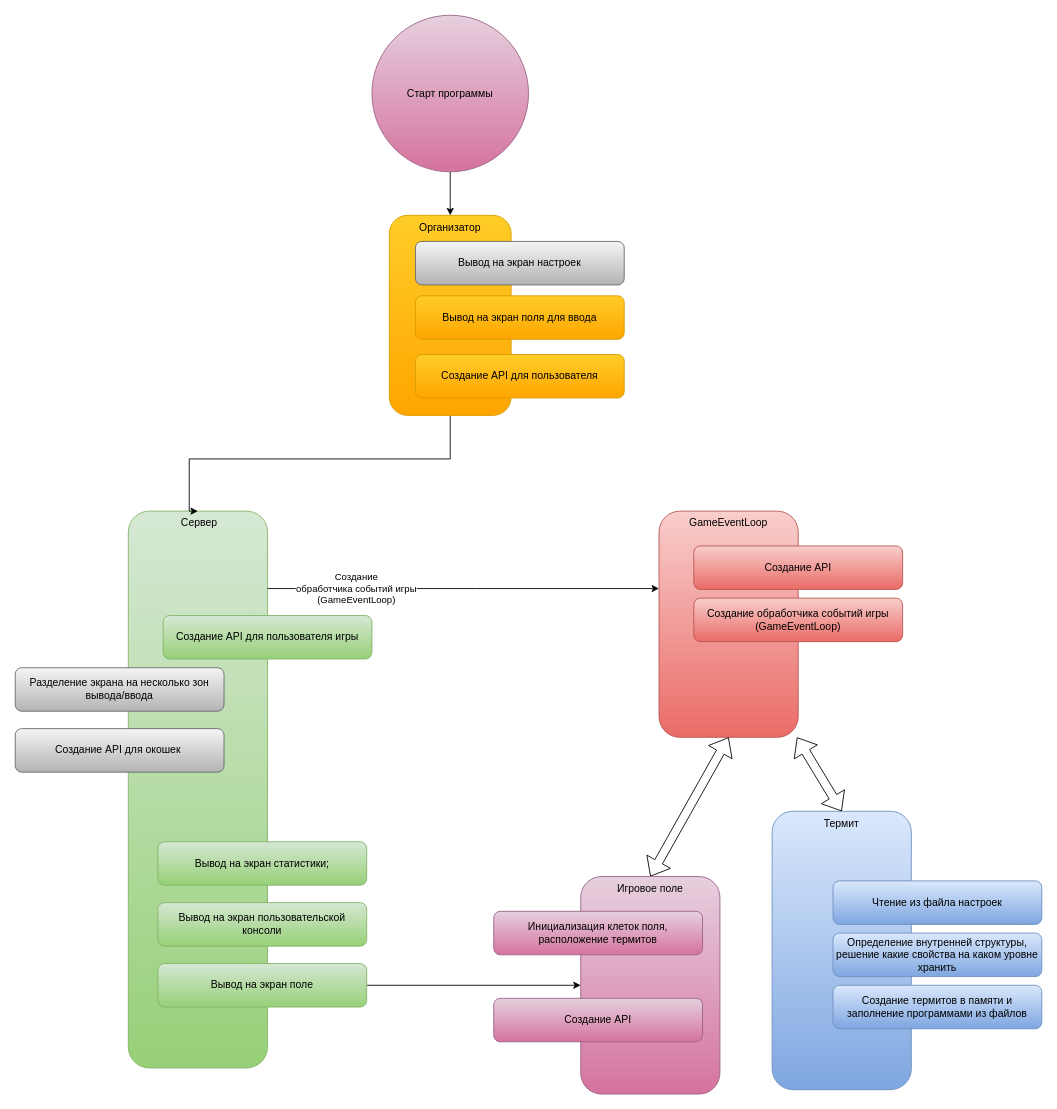
This is docs/termit.drawio from Endi-mp3/Lessons, a draw.io file, before an edit. Source tidied: cells renumbered, new cells numbered last; positions are measured from the earlier drawing's top-left corner, leaving out a move shared by most shapes. Both pictures are drawn from the tidied source at 87%, with x=0, y=0 at pixel (15, 15).
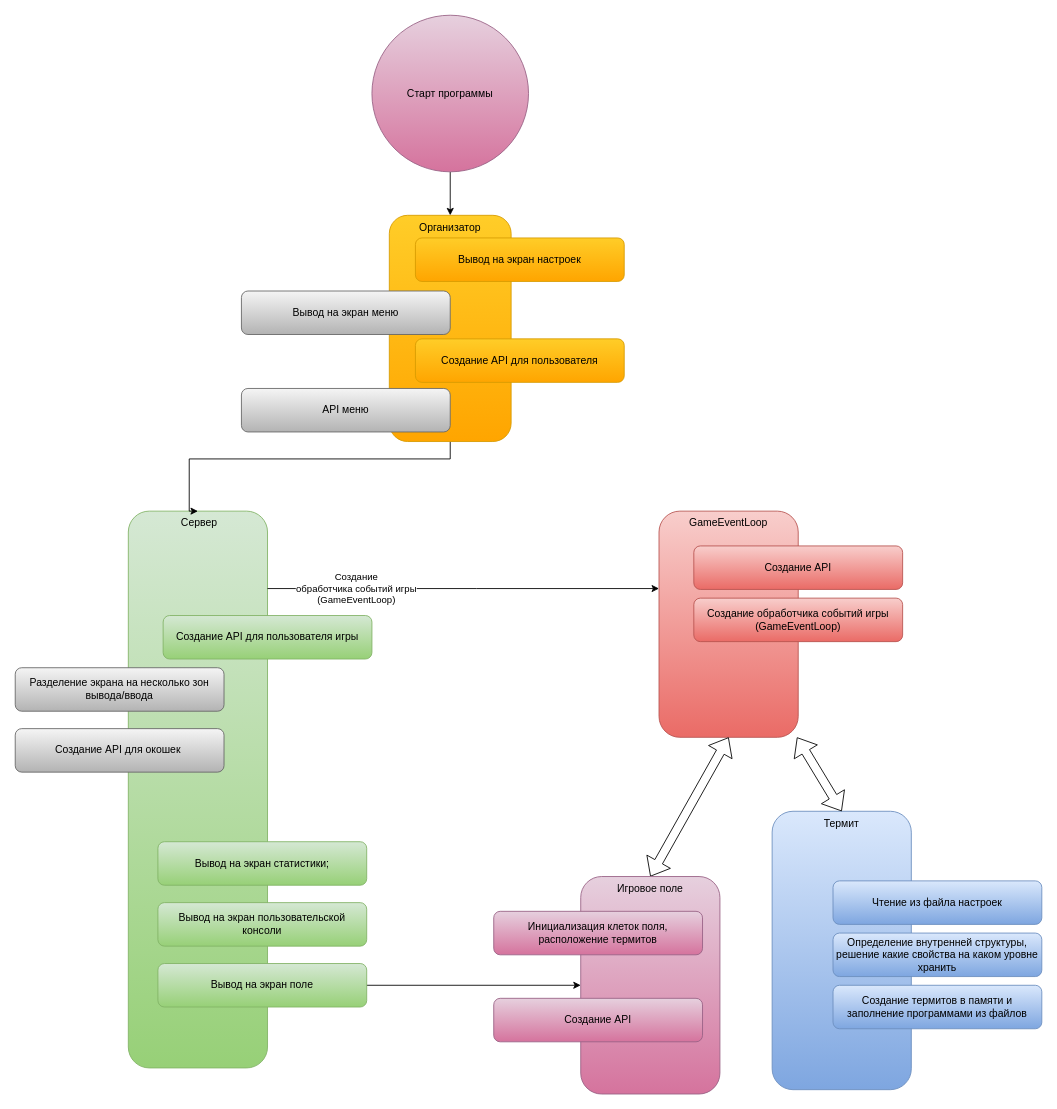
After the change.

What changed in the source:
```diff
@@
     <mxCell id="7" value="Организатор" style="rounded=1;whiteSpace=wrap;html=1;fillColor=#ffcd28;gradientColor=#ffa500;strokeColor=#d79b00;verticalAlign=top;" parent="1" vertex="1">
-      <mxGeometry x="430" y="230" width="140" height="230" as="geometry" />
+      <mxGeometry x="430" y="230" width="140" height="260" as="geometry" />
     </mxCell>
@@
-    <mxCell id="9" value="Вывод на экран настроек" style="rounded=1;whiteSpace=wrap;html=1;fillColor=#f5f5f5;strokeColor=#666666;gradientColor=#b3b3b3;" parent="1" vertex="1">
-      <mxGeometry x="460" y="260" width="240" height="50" as="geometry" />
+    <mxCell id="9" value="Вывод на экран настроек" style="rounded=1;whiteSpace=wrap;html=1;fillColor=#ffcd28;strokeColor=#d79b00;gradientColor=#ffa500;" parent="1" vertex="1">
+      <mxGeometry x="460" y="256" width="240" height="50" as="geometry" />
     </mxCell>
-    <mxCell id="10" value="Вывод на экран поля для ввода" style="rounded=1;whiteSpace=wrap;html=1;fillColor=#ffcd28;strokeColor=#d79b00;gradientColor=#ffa500;" parent="1" vertex="1">
-      <mxGeometry x="460" y="322.5" width="240" height="50" as="geometry" />
+    <mxCell id="10" value="Вывод на экран меню" style="rounded=1;whiteSpace=wrap;html=1;fillColor=#f5f5f5;strokeColor=#666666;gradientColor=#b3b3b3;" parent="1" vertex="1">
+      <mxGeometry x="260" y="317" width="240" height="50" as="geometry" />
     </mxCell>
@@
     <mxCell id="22" value="Создание API для пользователя" style="rounded=1;whiteSpace=wrap;html=1;fillColor=#ffcd28;strokeColor=#d79b00;gradientColor=#ffa500;" parent="1" vertex="1">
-      <mxGeometry x="460" y="390" width="240" height="50" as="geometry" />
+      <mxGeometry x="460" y="372" width="240" height="50" as="geometry" />
     </mxCell>
@@
+    <mxCell id="31" value="API меню" style="rounded=1;whiteSpace=wrap;html=1;fillColor=#f5f5f5;strokeColor=#666666;gradientColor=#b3b3b3;" parent="1" vertex="1">
+      <mxGeometry x="260" y="429" width="240" height="50" as="geometry" />
+    </mxCell>
```
